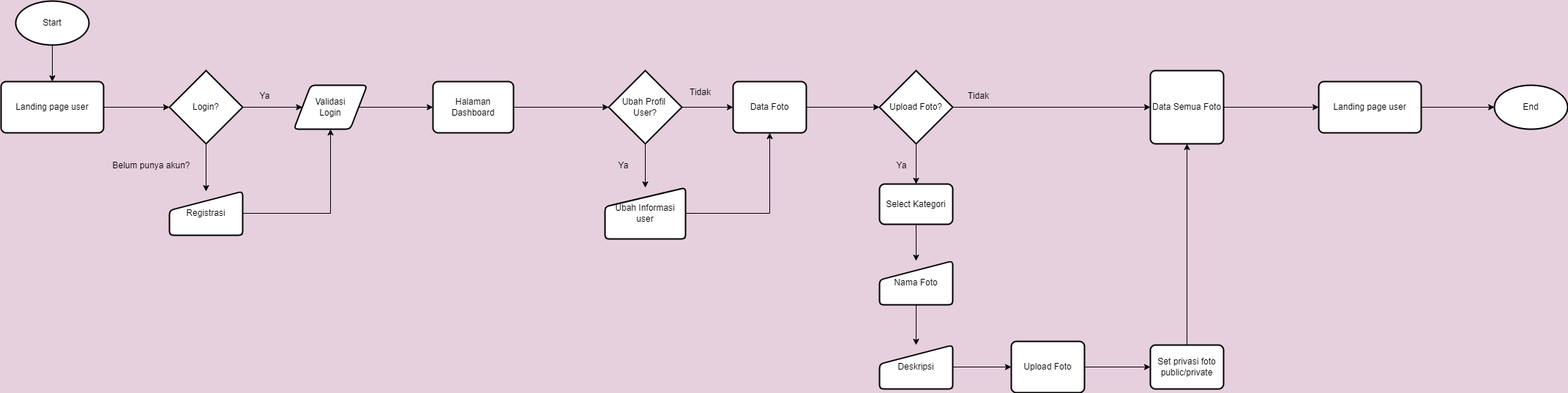
Before: Documentation/Flowchart/Flow Galeri Foto.png, a diagram exported from draw.io (Rinagustisya/Galeri-Foto). Source tidied: cells renumbered, new cells last; positions are measured from the earlier drawing's top-left corner, leaving out a move shared by most shapes.
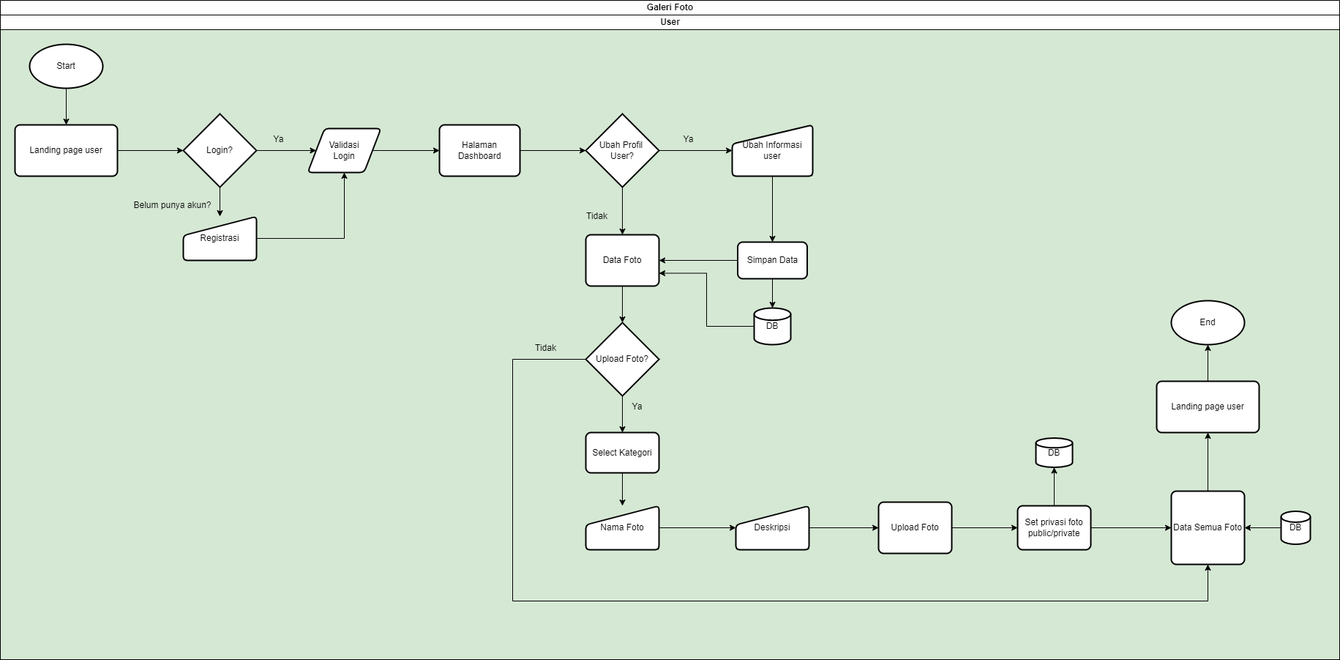
The same diagram one commit later.

Commit message:
Update flow nih

Change to the diagram source:
```diff
@@ -1,138 +1,177 @@
-<mxGraphModel background="#E6D0DE">
+<mxGraphModel background="#D5E8D4">
   <root>
     <mxCell id="0" />
     <mxCell id="1" parent="0" />
+    <mxCell id="46" value="User" style="swimlane;startSize=20;html=1;" parent="1" vertex="1">
+      <mxGeometry x="-20" y="-90" width="1830" height="880" as="geometry" />
+    </mxCell>
+    <mxCell id="47" value="Galeri Foto" style="swimlane;startSize=20;html=1;" parent="1" vertex="1">
+      <mxGeometry x="-20" y="-110" width="1830" height="900" as="geometry" />
+    </mxCell>
+    <mxCell id="3" value="Start" style="strokeWidth=2;html=1;shape=mxgraph.flowchart.start_1;whiteSpace=wrap;" parent="47" vertex="1">
+      <mxGeometry x="40" y="60" width="100" height="60" as="geometry" />
+    </mxCell>
+    <mxCell id="5" value="Landing page user" style="rounded=1;whiteSpace=wrap;html=1;absoluteArcSize=1;arcSize=14;strokeWidth=2;" parent="47" vertex="1">
+      <mxGeometry x="20" y="170" width="140" height="70" as="geometry" />
+    </mxCell>
-    <mxCell id="2" style="edgeStyle=orthogonalEdgeStyle;rounded=0;jettySize=auto;html=1;" parent="1" edge="1" source="3" target="5">
+    <mxCell id="2" style="edgeStyle=orthogonalEdgeStyle;rounded=0;jettySize=auto;html=1;" parent="47" edge="1" source="3" target="5">
       <mxGeometry relative="1" as="geometry" />
     </mxCell>
-    <mxCell id="3" value="Start" style="strokeWidth=2;html=1;shape=mxgraph.flowchart.start_1;whiteSpace=wrap;" parent="1" vertex="1">
-      <mxGeometry x="20" width="100" height="60" as="geometry" />
-    </mxCell>
+    <mxCell id="8" value="Login?" style="strokeWidth=2;html=1;shape=mxgraph.flowchart.decision;whiteSpace=wrap;" parent="47" vertex="1">
+      <mxGeometry x="250" y="155" width="100" height="100" as="geometry" />
+    </mxCell>
-    <mxCell id="4" style="edgeStyle=orthogonalEdgeStyle;rounded=0;jettySize=auto;html=1;" parent="1" edge="1" source="5" target="8">
+    <mxCell id="4" style="edgeStyle=orthogonalEdgeStyle;rounded=0;jettySize=auto;html=1;" parent="47" edge="1" source="5" target="8">
       <mxGeometry relative="1" as="geometry" />
     </mxCell>
-    <mxCell id="5" value="Landing page user" style="rounded=1;whiteSpace=wrap;html=1;absoluteArcSize=1;arcSize=14;strokeWidth=2;" parent="1" vertex="1">
-      <mxGeometry y="110" width="140" height="70" as="geometry" />
-    </mxCell>
+    <mxCell id="13" value="Validasi &lt;br&gt;Login" style="shape=parallelogram;html=1;strokeWidth=2;perimeter=parallelogramPerimeter;whiteSpace=wrap;rounded=1;arcSize=12;size=0.23;" parent="47" vertex="1">
+      <mxGeometry x="420" y="175" width="100" height="60" as="geometry" />
+    </mxCell>
-    <mxCell id="6" style="edgeStyle=orthogonalEdgeStyle;rounded=0;jettySize=auto;html=1;" parent="1" edge="1" source="8" target="13">
+    <mxCell id="6" style="edgeStyle=orthogonalEdgeStyle;rounded=0;jettySize=auto;html=1;" parent="47" edge="1" source="8" target="13">
       <mxGeometry relative="1" as="geometry" />
     </mxCell>
+    <mxCell id="14" value="Ya" style="text;html=1;align=center;verticalAlign=middle;fillColor=none;strokeColor=none;rounded=0;" parent="47" vertex="1">
+      <mxGeometry x="360" y="175" width="40" height="30" as="geometry" />
+    </mxCell>
+    <mxCell id="25" value="Registrasi" style="html=1;strokeWidth=2;shape=manualInput;whiteSpace=wrap;rounded=1;size=26;arcSize=11;" parent="47" vertex="1">
+      <mxGeometry x="250" y="295" width="100" height="60" as="geometry" />
+    </mxCell>
-    <mxCell id="7" style="edgeStyle=orthogonalEdgeStyle;rounded=0;jettySize=auto;html=1;" parent="1" edge="1" source="8" target="25">
+    <mxCell id="7" style="edgeStyle=orthogonalEdgeStyle;rounded=0;jettySize=auto;html=1;" parent="47" edge="1" source="8" target="25">
       <mxGeometry relative="1" as="geometry" />
     </mxCell>
-    <mxCell id="8" value="Login?" style="strokeWidth=2;html=1;shape=mxgraph.flowchart.decision;whiteSpace=wrap;" parent="1" vertex="1">
-      <mxGeometry x="230" y="95" width="100" height="100" as="geometry" />
-    </mxCell>
+    <mxCell id="24" style="edgeStyle=orthogonalEdgeStyle;rounded=0;jettySize=auto;html=1;entryX=0.5;entryY=1;entryDx=0;entryDy=0;" parent="47" edge="1" source="25" target="13">
+      <mxGeometry relative="1" as="geometry" />
+    </mxCell>
-    <mxCell id="9" value="Belum punya akun?" style="text;html=1;align=center;verticalAlign=middle;fillColor=none;strokeColor=none;rounded=0;" parent="1" vertex="1">
-      <mxGeometry x="140" y="210" width="130" height="30" as="geometry" />
+    <mxCell id="9" value="Belum punya akun?" style="text;html=1;align=center;verticalAlign=middle;fillColor=none;strokeColor=none;rounded=0;" parent="47" vertex="1">
+      <mxGeometry x="170" y="265" width="130" height="30" as="geometry" />
     </mxCell>
-    <mxCell id="10" style="edgeStyle=orthogonalEdgeStyle;rounded=0;jettySize=auto;html=1;" parent="1" edge="1" source="11" target="17">
-      <mxGeometry relative="1" as="geometry" />
-    </mxCell>
-    <mxCell id="11" value="Halaman Dashboard" style="rounded=1;whiteSpace=wrap;html=1;absoluteArcSize=1;arcSize=14;strokeWidth=2;" parent="1" vertex="1">
-      <mxGeometry x="590" y="110" width="110" height="70" as="geometry" />
+    <mxCell id="11" value="Halaman Dashboard" style="rounded=1;whiteSpace=wrap;html=1;absoluteArcSize=1;arcSize=14;strokeWidth=2;" parent="47" vertex="1">
+      <mxGeometry x="600" y="170" width="110" height="70" as="geometry" />
     </mxCell>
-    <mxCell id="12" style="edgeStyle=orthogonalEdgeStyle;rounded=0;jettySize=auto;html=1;" parent="1" edge="1" source="13" target="11">
+    <mxCell id="12" style="edgeStyle=orthogonalEdgeStyle;rounded=0;jettySize=auto;html=1;" parent="47" edge="1" source="13" target="11">
       <mxGeometry relative="1" as="geometry" />
     </mxCell>
-    <mxCell id="13" value="Validasi &lt;br&gt;Login" style="shape=parallelogram;html=1;strokeWidth=2;perimeter=parallelogramPerimeter;whiteSpace=wrap;rounded=1;arcSize=12;size=0.23;" parent="1" vertex="1">
-      <mxGeometry x="400" y="115" width="100" height="60" as="geometry" />
-    </mxCell>
-    <mxCell id="14" value="Ya" style="text;html=1;align=center;verticalAlign=middle;fillColor=none;strokeColor=none;rounded=0;" parent="1" vertex="1">
-      <mxGeometry x="340" y="115" width="40" height="30" as="geometry" />
-    </mxCell>
+    <mxCell id="16" style="edgeStyle=orthogonalEdgeStyle;rounded=0;jettySize=auto;html=1;" parent="47" edge="1" source="17" target="27">
+      <mxGeometry relative="1" as="geometry" />
+    </mxCell>
-    <mxCell id="15" style="edgeStyle=orthogonalEdgeStyle;rounded=0;jettySize=auto;html=1;" parent="1" edge="1" source="17" target="19">
+    <mxCell id="15" style="edgeStyle=orthogonalEdgeStyle;rounded=0;jettySize=auto;html=1;" parent="47" edge="1" source="17" target="19">
       <mxGeometry relative="1" as="geometry" />
     </mxCell>
-    <mxCell id="16" style="edgeStyle=orthogonalEdgeStyle;rounded=0;jettySize=auto;html=1;" parent="1" edge="1" source="17" target="27">
-      <mxGeometry relative="1" as="geometry" />
-    </mxCell>
-    <mxCell id="17" value="Ubah Profil&amp;nbsp;&lt;br&gt;User?" style="strokeWidth=2;html=1;shape=mxgraph.flowchart.decision;whiteSpace=wrap;" parent="1" vertex="1">
-      <mxGeometry x="830" y="95" width="100" height="100" as="geometry" />
+    <mxCell id="17" value="Ubah Profil&amp;nbsp;&lt;br&gt;User?" style="strokeWidth=2;html=1;shape=mxgraph.flowchart.decision;whiteSpace=wrap;" parent="47" vertex="1">
+      <mxGeometry x="800" y="155" width="100" height="100" as="geometry" />
     </mxCell>
+    <mxCell id="10" style="edgeStyle=orthogonalEdgeStyle;rounded=0;jettySize=auto;html=1;" parent="47" edge="1" source="11" target="17">
+      <mxGeometry relative="1" as="geometry" />
+    </mxCell>
+    <mxCell id="20" value="Ya" style="text;html=1;align=center;verticalAlign=middle;fillColor=none;strokeColor=none;rounded=0;" parent="47" vertex="1">
+      <mxGeometry x="920" y="175" width="40" height="30" as="geometry" />
+    </mxCell>
+    <mxCell id="48" style="edgeStyle=orthogonalEdgeStyle;rounded=0;jettySize=auto;html=1;" parent="47" edge="1" source="27" target="51">
+      <mxGeometry relative="1" as="geometry" />
+    </mxCell>
+    <mxCell id="27" value="Ubah Informasi user" style="html=1;strokeWidth=2;shape=manualInput;whiteSpace=wrap;rounded=1;size=26;arcSize=11;" parent="47" vertex="1">
+      <mxGeometry x="1000" y="170" width="110" height="70" as="geometry" />
+    </mxCell>
+    <mxCell id="45" value="Tidak" style="text;html=1;align=center;verticalAlign=middle;fillColor=none;strokeColor=none;rounded=0;" parent="47" vertex="1">
+      <mxGeometry x="790" y="280" width="50" height="30" as="geometry" />
+    </mxCell>
-    <mxCell id="18" style="edgeStyle=orthogonalEdgeStyle;rounded=0;jettySize=auto;html=1;" parent="1" edge="1" source="19" target="23">
+    <mxCell id="18" style="edgeStyle=orthogonalEdgeStyle;rounded=0;jettySize=auto;html=1;" parent="47" edge="1" source="19" target="23">
       <mxGeometry relative="1" as="geometry" />
     </mxCell>
-    <mxCell id="19" value="Data Foto" style="rounded=1;whiteSpace=wrap;html=1;absoluteArcSize=1;arcSize=14;strokeWidth=2;" parent="1" vertex="1">
-      <mxGeometry x="1000" y="110" width="100" height="70" as="geometry" />
+    <mxCell id="19" value="Data Foto" style="rounded=1;whiteSpace=wrap;html=1;absoluteArcSize=1;arcSize=14;strokeWidth=2;" parent="47" vertex="1">
+      <mxGeometry x="800" y="320" width="100" height="70" as="geometry" />
     </mxCell>
-    <mxCell id="20" value="Ya" style="text;html=1;align=center;verticalAlign=middle;fillColor=none;strokeColor=none;rounded=0;" parent="1" vertex="1">
-      <mxGeometry x="830" y="210" width="40" height="30" as="geometry" />
-    </mxCell>
+    <mxCell id="49" style="edgeStyle=orthogonalEdgeStyle;rounded=0;jettySize=auto;html=1;" parent="47" edge="1" source="51" target="19">
+      <mxGeometry relative="1" as="geometry" />
+    </mxCell>
+    <mxCell id="50" style="edgeStyle=orthogonalEdgeStyle;rounded=0;jettySize=auto;html=1;" parent="47" edge="1" source="51" target="53">
+      <mxGeometry relative="1" as="geometry" />
+    </mxCell>
+    <mxCell id="51" value="Simpan Data" style="rounded=1;whiteSpace=wrap;html=1;absoluteArcSize=1;arcSize=14;strokeWidth=2;" parent="47" vertex="1">
+      <mxGeometry x="1007.5" y="330" width="95" height="50" as="geometry" />
+    </mxCell>
+    <mxCell id="52" style="edgeStyle=orthogonalEdgeStyle;rounded=0;jettySize=auto;html=1;entryX=1;entryY=0.75;entryDx=0;entryDy=0;" parent="47" edge="1" source="53" target="19">
+      <mxGeometry relative="1" as="geometry" />
+    </mxCell>
+    <mxCell id="53" value="DB" style="strokeWidth=2;html=1;shape=mxgraph.flowchart.database;whiteSpace=wrap;" parent="47" vertex="1">
+      <mxGeometry x="1030" y="420" width="50" height="50" as="geometry" />
+    </mxCell>
-    <mxCell id="21" style="edgeStyle=orthogonalEdgeStyle;rounded=0;jettySize=auto;html=1;" parent="1" edge="1" source="23" target="29">
+    <mxCell id="21" style="edgeStyle=orthogonalEdgeStyle;rounded=0;jettySize=auto;html=1;" parent="47" edge="1" source="23" target="29">
       <mxGeometry relative="1" as="geometry" />
     </mxCell>
-    <mxCell id="22" style="edgeStyle=orthogonalEdgeStyle;rounded=0;jettySize=auto;html=1;" parent="1" edge="1" source="23" target="39">
-      <mxGeometry relative="1" as="geometry" />
+    <mxCell id="22" style="edgeStyle=orthogonalEdgeStyle;rounded=0;jettySize=auto;html=1;entryX=0.5;entryY=1;entryDx=0;entryDy=0;" parent="47" edge="1" source="23" target="39">
+      <mxGeometry relative="1" as="geometry">
+        <Array as="points">
+          <mxPoint x="700" y="490" />
+          <mxPoint x="700" y="820" />
+          <mxPoint x="1650" y="820" />
+        </Array>
+      </mxGeometry>
     </mxCell>
-    <mxCell id="23" value="Upload Foto?" style="strokeWidth=2;html=1;shape=mxgraph.flowchart.decision;whiteSpace=wrap;" parent="1" vertex="1">
-      <mxGeometry x="1200" y="95" width="100" height="100" as="geometry" />
+    <mxCell id="23" value="Upload Foto?" style="strokeWidth=2;html=1;shape=mxgraph.flowchart.decision;whiteSpace=wrap;" parent="47" vertex="1">
+      <mxGeometry x="800" y="440" width="100" height="100" as="geometry" />
     </mxCell>
-    <mxCell id="24" style="edgeStyle=orthogonalEdgeStyle;rounded=0;jettySize=auto;html=1;entryX=0.5;entryY=1;entryDx=0;entryDy=0;" parent="1" edge="1" source="25" target="13">
-      <mxGeometry relative="1" as="geometry" />
-    </mxCell>
-    <mxCell id="25" value="Registrasi" style="html=1;strokeWidth=2;shape=manualInput;whiteSpace=wrap;rounded=1;size=26;arcSize=11;" parent="1" vertex="1">
-      <mxGeometry x="230" y="260" width="100" height="60" as="geometry" />
-    </mxCell>
-    <mxCell id="26" style="edgeStyle=orthogonalEdgeStyle;rounded=0;jettySize=auto;html=1;" parent="1" edge="1" source="27" target="19">
-      <mxGeometry relative="1" as="geometry" />
-    </mxCell>
-    <mxCell id="27" value="Ubah Informasi user" style="html=1;strokeWidth=2;shape=manualInput;whiteSpace=wrap;rounded=1;size=26;arcSize=11;" parent="1" vertex="1">
-      <mxGeometry x="825" y="255" width="110" height="70" as="geometry" />
-    </mxCell>
+    <mxCell id="29" value="Select Kategori" style="rounded=1;whiteSpace=wrap;html=1;absoluteArcSize=1;arcSize=14;strokeWidth=2;" parent="47" vertex="1">
+      <mxGeometry x="800" y="590" width="100" height="55" as="geometry" />
+    </mxCell>
+    <mxCell id="31" value="Nama Foto" style="html=1;strokeWidth=2;shape=manualInput;whiteSpace=wrap;rounded=1;size=26;arcSize=11;" parent="47" vertex="1">
+      <mxGeometry x="800" y="690" width="100" height="60" as="geometry" />
+    </mxCell>
-    <mxCell id="28" style="edgeStyle=orthogonalEdgeStyle;rounded=0;jettySize=auto;html=1;" parent="1" edge="1" source="29" target="31">
+    <mxCell id="28" style="edgeStyle=orthogonalEdgeStyle;rounded=0;jettySize=auto;html=1;" parent="47" edge="1" source="29" target="31">
       <mxGeometry relative="1" as="geometry" />
     </mxCell>
-    <mxCell id="29" value="Select Kategori" style="rounded=1;whiteSpace=wrap;html=1;absoluteArcSize=1;arcSize=14;strokeWidth=2;" parent="1" vertex="1">
-      <mxGeometry x="1200" y="250" width="100" height="55" as="geometry" />
-    </mxCell>
-    <mxCell id="30" style="edgeStyle=orthogonalEdgeStyle;rounded=0;jettySize=auto;html=1;" parent="1" edge="1" source="31" target="33">
-      <mxGeometry relative="1" as="geometry" />
-    </mxCell>
-    <mxCell id="31" value="Nama Foto" style="html=1;strokeWidth=2;shape=manualInput;whiteSpace=wrap;rounded=1;size=26;arcSize=11;" parent="1" vertex="1">
-      <mxGeometry x="1200" y="355" width="100" height="60" as="geometry" />
-    </mxCell>
-    <mxCell id="32" style="edgeStyle=orthogonalEdgeStyle;rounded=0;jettySize=auto;html=1;" parent="1" edge="1" source="33" target="35">
+    <mxCell id="32" style="edgeStyle=orthogonalEdgeStyle;rounded=0;jettySize=auto;html=1;" parent="47" edge="1" source="33" target="35">
       <mxGeometry relative="1" as="geometry" />
     </mxCell>
-    <mxCell id="33" value="Deskripsi" style="html=1;strokeWidth=2;shape=manualInput;whiteSpace=wrap;rounded=1;size=26;arcSize=11;" parent="1" vertex="1">
-      <mxGeometry x="1200" y="470" width="100" height="60" as="geometry" />
+    <mxCell id="33" value="Deskripsi" style="html=1;strokeWidth=2;shape=manualInput;whiteSpace=wrap;rounded=1;size=26;arcSize=11;" parent="47" vertex="1">
+      <mxGeometry x="1005" y="690" width="100" height="60" as="geometry" />
     </mxCell>
+    <mxCell id="30" style="edgeStyle=orthogonalEdgeStyle;rounded=0;jettySize=auto;html=1;" parent="47" edge="1" source="31" target="33">
+      <mxGeometry relative="1" as="geometry" />
+    </mxCell>
-    <mxCell id="34" style="edgeStyle=orthogonalEdgeStyle;rounded=0;jettySize=auto;html=1;" parent="1" edge="1" source="35" target="37">
+    <mxCell id="34" style="edgeStyle=orthogonalEdgeStyle;rounded=0;jettySize=auto;html=1;" parent="47" edge="1" source="35" target="37">
       <mxGeometry relative="1" as="geometry" />
     </mxCell>
-    <mxCell id="35" value="Upload Foto" style="rounded=1;whiteSpace=wrap;html=1;absoluteArcSize=1;arcSize=14;strokeWidth=2;" parent="1" vertex="1">
-      <mxGeometry x="1380" y="465" width="100" height="70" as="geometry" />
+    <mxCell id="35" value="Upload Foto" style="rounded=1;whiteSpace=wrap;html=1;absoluteArcSize=1;arcSize=14;strokeWidth=2;" parent="47" vertex="1">
+      <mxGeometry x="1200" y="685" width="100" height="70" as="geometry" />
     </mxCell>
-    <mxCell id="36" style="edgeStyle=orthogonalEdgeStyle;rounded=0;jettySize=auto;html=1;entryX=0.5;entryY=1;entryDx=0;entryDy=0;" parent="1" edge="1" source="37" target="39">
+    <mxCell id="36" style="edgeStyle=orthogonalEdgeStyle;rounded=0;jettySize=auto;html=1;" parent="47" edge="1" source="37" target="39">
       <mxGeometry relative="1" as="geometry" />
     </mxCell>
+    <mxCell id="54" style="edgeStyle=orthogonalEdgeStyle;rounded=0;jettySize=auto;html=1;" parent="47" edge="1" source="37" target="55">
+      <mxGeometry relative="1" as="geometry" />
+    </mxCell>
-    <mxCell id="37" value="Set privasi foto&lt;br&gt;public/private" style="rounded=1;whiteSpace=wrap;html=1;absoluteArcSize=1;arcSize=14;strokeWidth=2;" parent="1" vertex="1">
-      <mxGeometry x="1570" y="470" width="100" height="60" as="geometry" />
+    <mxCell id="37" value="Set privasi foto&lt;br&gt;public/private" style="rounded=1;whiteSpace=wrap;html=1;absoluteArcSize=1;arcSize=14;strokeWidth=2;" parent="47" vertex="1">
+      <mxGeometry x="1390" y="690" width="100" height="60" as="geometry" />
     </mxCell>
+    <mxCell id="40" value="Ya" style="text;html=1;align=center;verticalAlign=middle;fillColor=none;strokeColor=none;rounded=0;" parent="47" vertex="1">
+      <mxGeometry x="850" y="540" width="40" height="30" as="geometry" />
+    </mxCell>
-    <mxCell id="38" style="edgeStyle=orthogonalEdgeStyle;rounded=0;jettySize=auto;html=1;entryX=0;entryY=0.5;entryDx=0;entryDy=0;" parent="1" edge="1" source="39" target="43">
+    <mxCell id="38" style="edgeStyle=orthogonalEdgeStyle;rounded=0;jettySize=auto;html=1;" parent="47" edge="1" source="39" target="43">
       <mxGeometry relative="1" as="geometry" />
     </mxCell>
-    <mxCell id="39" value="Data Semua Foto" style="rounded=1;whiteSpace=wrap;html=1;absoluteArcSize=1;arcSize=14;strokeWidth=2;" parent="1" vertex="1">
-      <mxGeometry x="1570" y="95" width="100" height="100" as="geometry" />
+    <mxCell id="39" value="Data Semua Foto" style="rounded=1;whiteSpace=wrap;html=1;absoluteArcSize=1;arcSize=14;strokeWidth=2;" parent="47" vertex="1">
+      <mxGeometry x="1600" y="670" width="100" height="100" as="geometry" />
     </mxCell>
-    <mxCell id="40" value="Ya" style="text;html=1;align=center;verticalAlign=middle;fillColor=none;strokeColor=none;rounded=0;" parent="1" vertex="1">
-      <mxGeometry x="1210" y="210" width="40" height="30" as="geometry" />
-    </mxCell>
-    <mxCell id="41" value="Tidak" style="text;html=1;align=center;verticalAlign=middle;fillColor=none;strokeColor=none;rounded=0;" parent="1" vertex="1">
-      <mxGeometry x="1310" y="115" width="50" height="30" as="geometry" />
-    </mxCell>
-    <mxCell id="42" style="edgeStyle=orthogonalEdgeStyle;rounded=0;jettySize=auto;html=1;" parent="1" edge="1" source="43" target="44">
+    <mxCell id="42" style="edgeStyle=orthogonalEdgeStyle;rounded=0;jettySize=auto;html=1;" parent="47" edge="1" source="43" target="44">
       <mxGeometry relative="1" as="geometry" />
     </mxCell>
-    <mxCell id="43" value="Landing page user" style="rounded=1;whiteSpace=wrap;html=1;absoluteArcSize=1;arcSize=14;strokeWidth=2;" parent="1" vertex="1">
-      <mxGeometry x="1800" y="110" width="140" height="70" as="geometry" />
+    <mxCell id="43" value="Landing page user" style="rounded=1;whiteSpace=wrap;html=1;absoluteArcSize=1;arcSize=14;strokeWidth=2;" parent="47" vertex="1">
+      <mxGeometry x="1580" y="520" width="140" height="70" as="geometry" />
     </mxCell>
-    <mxCell id="44" value="End" style="strokeWidth=2;html=1;shape=mxgraph.flowchart.start_1;whiteSpace=wrap;" parent="1" vertex="1">
-      <mxGeometry x="2040" y="115" width="100" height="60" as="geometry" />
+    <mxCell id="44" value="End" style="strokeWidth=2;html=1;shape=mxgraph.flowchart.start_1;whiteSpace=wrap;" parent="47" vertex="1">
+      <mxGeometry x="1600" y="410" width="100" height="60" as="geometry" />
     </mxCell>
-    <mxCell id="45" value="Tidak" style="text;html=1;align=center;verticalAlign=middle;fillColor=none;strokeColor=none;rounded=0;" parent="1" vertex="1">
-      <mxGeometry x="930" y="110" width="50" height="30" as="geometry" />
-    </mxCell>
+    <mxCell id="41" value="Tidak" style="text;html=1;align=center;verticalAlign=middle;fillColor=none;strokeColor=none;rounded=0;" parent="47" vertex="1">
+      <mxGeometry x="720" y="460" width="50" height="30" as="geometry" />
+    </mxCell>
+    <mxCell id="55" value="DB" style="strokeWidth=2;html=1;shape=mxgraph.flowchart.database;whiteSpace=wrap;" parent="47" vertex="1">
+      <mxGeometry x="1415" y="597.5" width="50" height="40" as="geometry" />
+    </mxCell>
+    <mxCell id="56" style="edgeStyle=orthogonalEdgeStyle;rounded=0;jettySize=auto;html=1;" parent="47" edge="1" source="57" target="39">
+      <mxGeometry relative="1" as="geometry" />
+    </mxCell>
+    <mxCell id="57" value="DB" style="strokeWidth=2;html=1;shape=mxgraph.flowchart.database;whiteSpace=wrap;" parent="47" vertex="1">
+      <mxGeometry x="1750" y="697.5" width="40" height="45" as="geometry" />
+    </mxCell>
   </root>
 </mxGraphModel>
```
